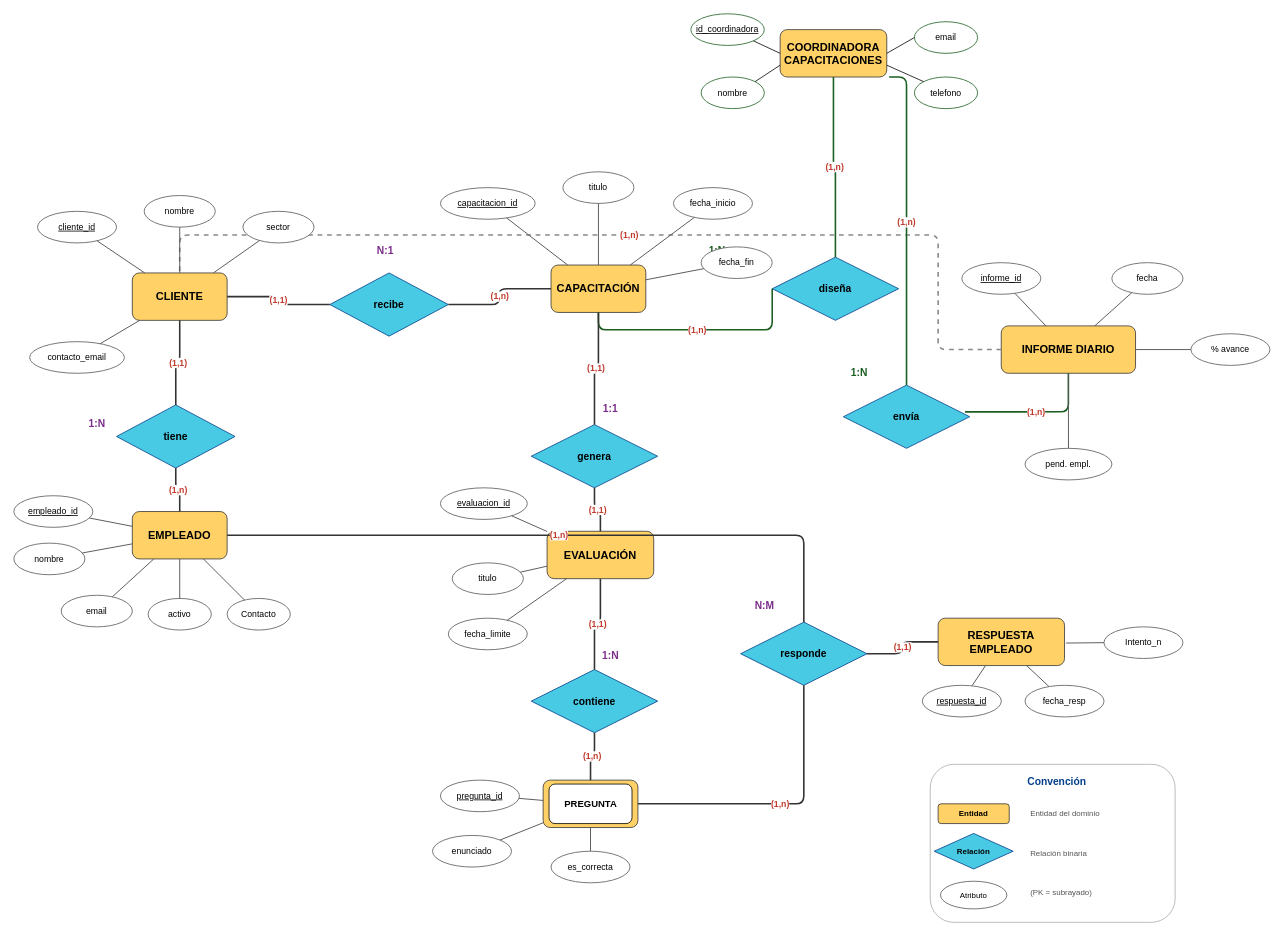
Above: entrega/modelo-final-er.drawio in AndreSosa21/AREM-Taller_2_Modelo_Informacion-Gomez-Rodriguez-Sosa (draw.io), before the change. Source tidied: cells renumbered, new cells numbered last; positions are measured from the earlier drawing's top-left corner, leaving out a move shared by most shapes. Both pictures are drawn from the tidied source at 79%, with x=0, y=0 at pixel (13, 13).
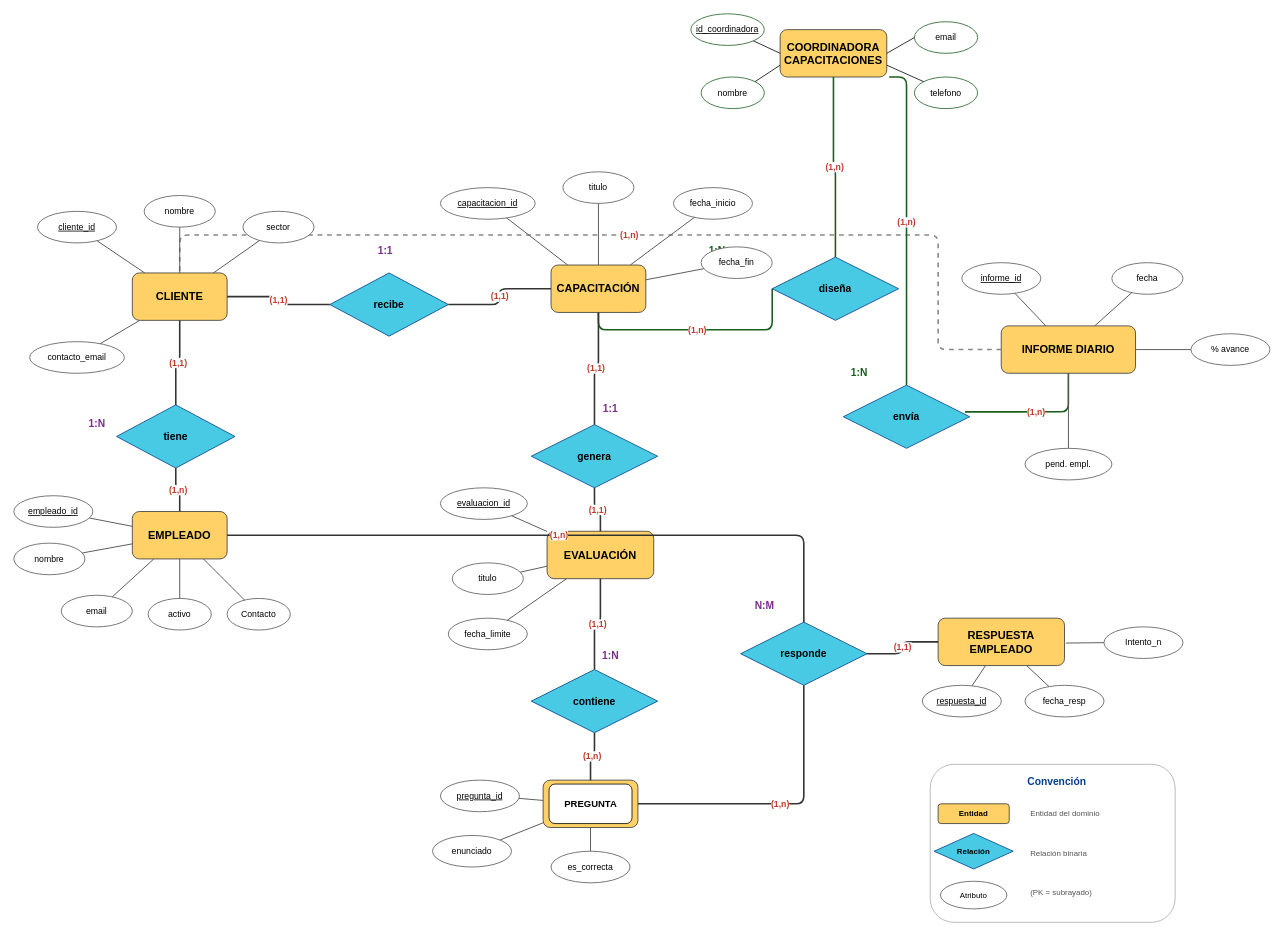
Above is the later version.

Unchanged cells that the change refers to:
```xml
<mxCell id="4" value="CAPACITACIÓN" style="rounded=1;whiteSpace=wrap;html=1;strokeColor=#333333;align=center;verticalAlign=middle;fontFamily=Helvetica;fontSize=14;fontColor=default;fontStyle=1;fillColor=#FFD166;" parent="1" vertex="1">
  <mxGeometry x="680" y="318" width="120" height="60" as="geometry" />
</mxCell>
<mxCell id="10" value="recibe" style="rhombus;whiteSpace=wrap;html=1;fillColor=#48CAE4;strokeColor=#023E8A;fontStyle=1;fontSize=13;" parent="1" vertex="1">
  <mxGeometry x="400" y="328" width="150" height="80" as="geometry" />
</mxCell>
```

Change to the diagram source:
```diff
@@
-    <mxCell id="19" value="(1,n)" style="edgeStyle=orthogonalEdgeStyle;html=1;endArrow=none;strokeColor=#333333;strokeWidth=2;fontColor=#C0392B;fontStyle=1;fontSize=11;" parent="1" edge="1" source="10" target="4">
+    <mxCell id="19" value="(1,1)" style="edgeStyle=orthogonalEdgeStyle;html=1;endArrow=none;strokeColor=#333333;strokeWidth=2;fontColor=#C0392B;fontStyle=1;fontSize=11;" parent="1" edge="1" source="10" target="4">
       <mxGeometry relative="1" as="geometry" />
     </mxCell>
@@
-    <mxCell id="30" value="N:1" style="text;html=1;strokeColor=none;fillColor=none;align=center;fontColor=#7B2D8B;fontStyle=1;fontSize=13;" parent="1" vertex="1">
+    <mxCell id="30" value="1:1" style="text;html=1;strokeColor=none;fillColor=none;align=center;fontColor=#7B2D8B;fontStyle=1;fontSize=13;" parent="1" vertex="1">
       <mxGeometry x="440" y="285" width="60" height="30" as="geometry" />
     </mxCell>
```
